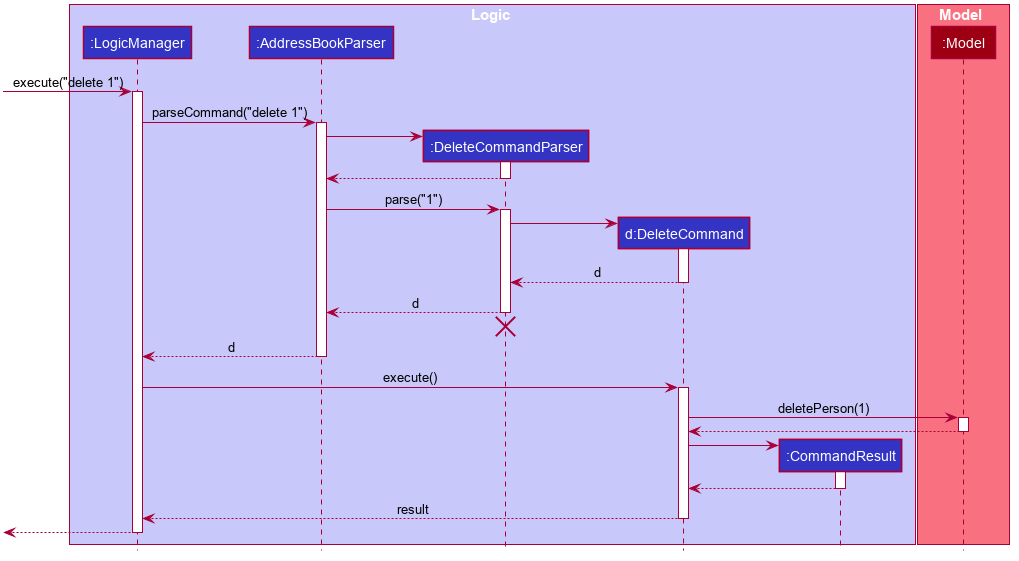
Before: docs/images/DeleteSequenceDiagram.png, a diagram exported from PlantUML (nus-cs2103-AY2223S2/tp).
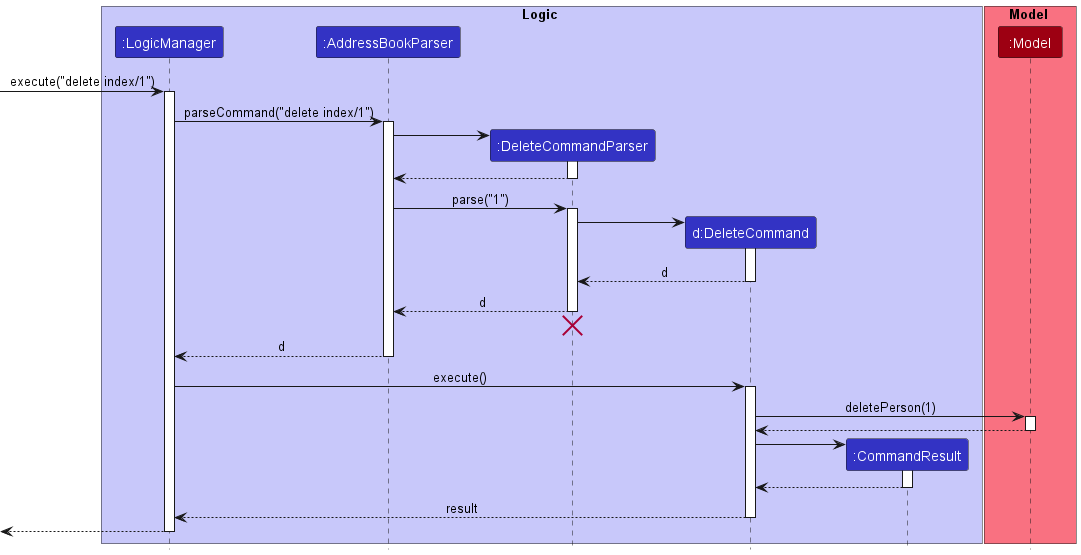
The same file after the commit.

Change to the diagram source:
```diff
@@ -1,69 +1,22 @@
 @startuml
+!include style.puml
 
-
-
-
-
-
-
-
-skinparam BackgroundColor #FFFFFFF
-
-skinparam Shadowing false
-
-skinparam Class {
-    FontColor #FFFFFF
-    BorderThickness 1
-    BorderColor #FFFFFF
-    StereotypeFontColor #FFFFFF
-    FontName Arial
-}
-
-skinparam Actor {
-    BorderColor #000000
-    Color #000000
-    FontName Arial
-}
-
-skinparam Sequence {
-    MessageAlign center
-    BoxFontSize 15
-    BoxPadding 0
-    BoxFontColor #FFFFFF
-    FontName Arial
-}
-
-skinparam Participant {
-    FontColor #FFFFFFF
-    Padding 20
-}
-
-skinparam MinClassWidth 50
-skinparam ParticipantPadding 10
-skinparam Shadowing false
-skinparam DefaultTextAlignment center
-skinparam packageStyle Rectangle
-
-hide footbox
-hide members
-hide circle
-
-box Logic #C8C8FA
-participant ":LogicManager" as LogicManager #3333C4
-participant ":AddressBookParser" as AddressBookParser #3333C4
-participant ":DeleteCommandParser" as DeleteCommandParser #3333C4
-participant "d:DeleteCommand" as DeleteCommand #3333C4
-participant ":CommandResult" as CommandResult #3333C4
+box Logic LOGIC_COLOR_T1
+participant ":LogicManager" as LogicManager LOGIC_COLOR
+participant ":AddressBookParser" as AddressBookParser LOGIC_COLOR
+participant ":DeleteCommandParser" as DeleteCommandParser LOGIC_COLOR
+participant "d:DeleteCommand" as DeleteCommand LOGIC_COLOR
+participant ":CommandResult" as CommandResult LOGIC_COLOR
 end box
 
-box Model #F97181
-participant ":Model" as Model #9D0012
+box Model MODEL_COLOR_T1
+participant ":Model" as Model MODEL_COLOR
 end box
 
-[-> LogicManager : execute("delete 1")
+[-> LogicManager : execute("delete index/1")
 activate LogicManager
 
-LogicManager -> AddressBookParser : parseCommand("delete 1")
+LogicManager -> AddressBookParser : parseCommand("delete index/1")
 activate AddressBookParser
 
 create DeleteCommandParser
```
